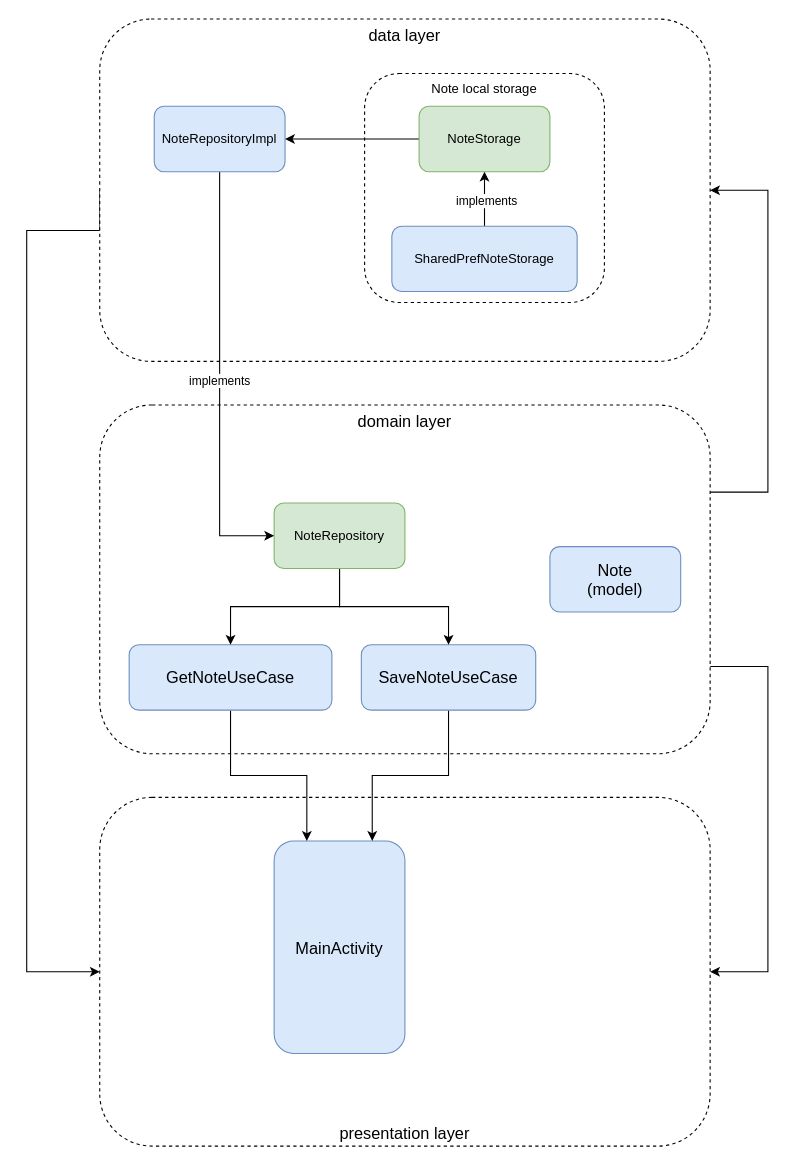
This is architecture diagram.drawio from vlatrof/android-clean-architecture-demo, a draw.io file, before an edit. Source tidied: cells renumbered, new cells numbered last; positions are measured from the earlier drawing's top-left corner, leaving out a move shared by most shapes. Both pictures are drawn from the tidied source at 109%, with x=0, y=0 at pixel (26, 19).
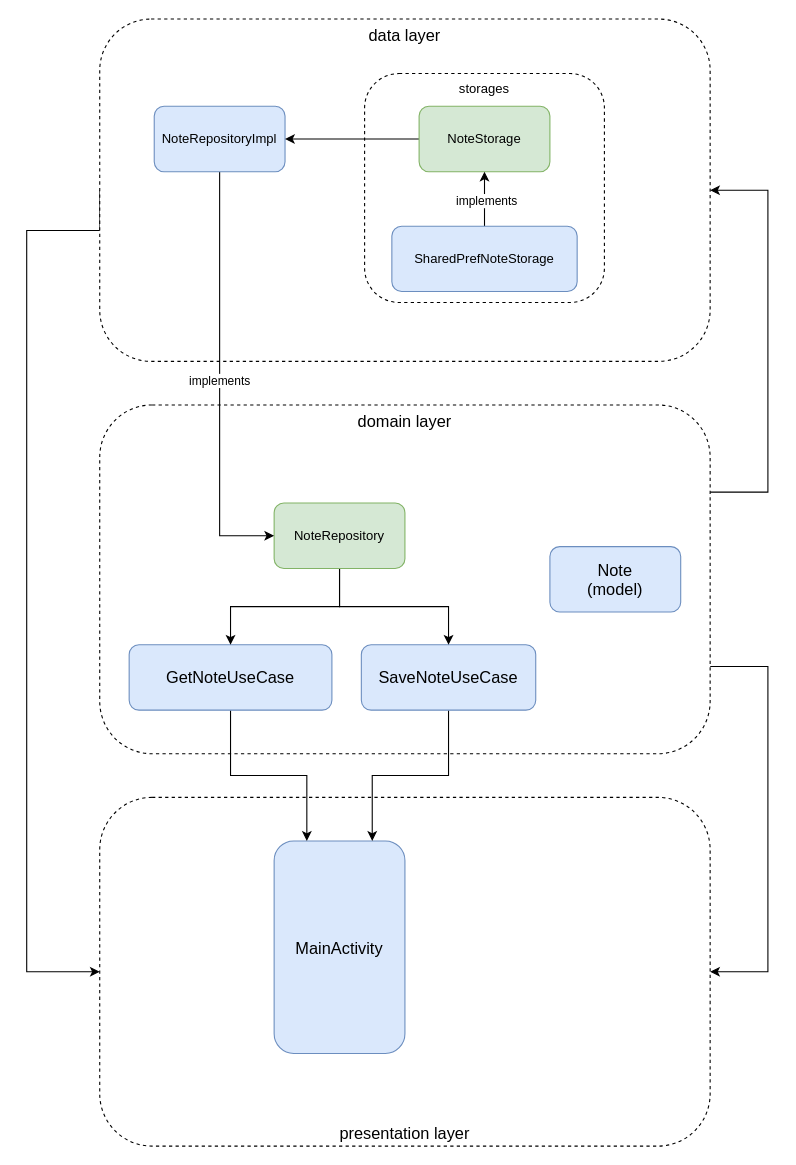
The same diagram, later.

Diff of the diagram source:
```diff
@@
-    <mxCell id="19" value="Note local storage" style="rounded=1;whiteSpace=wrap;html=1;dashed=1;verticalAlign=top;" parent="1" vertex="1">
+    <mxCell id="19" value="storages" style="rounded=1;whiteSpace=wrap;html=1;dashed=1;verticalAlign=top;" parent="1" vertex="1">
       <mxGeometry x="310" y="50" width="220" height="210" as="geometry" />
     </mxCell>
```
